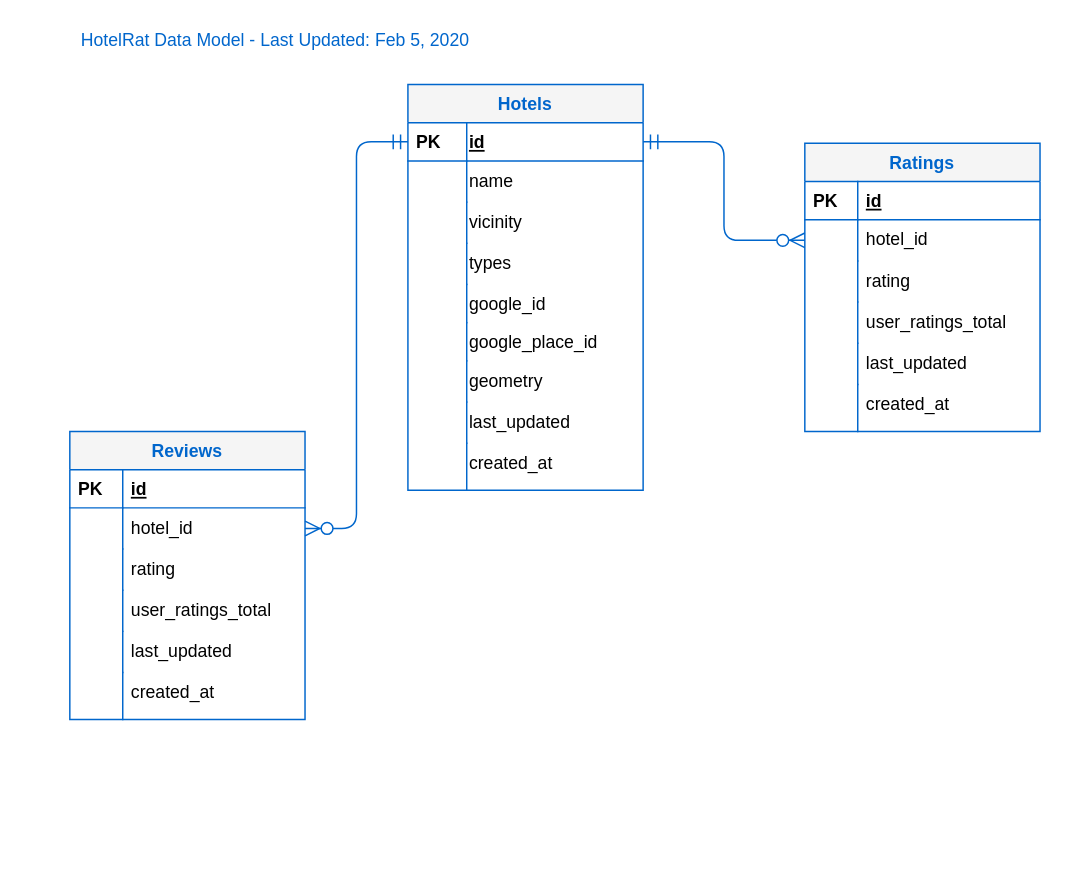
The draw.io diagram DataModel.drawio in stevenhelms/ee3503-project, before the edit. Source tidied: cells renumbered, new cells numbered last; positions are measured from the earlier drawing's top-left corner, leaving out a move shared by most shapes. Both pictures are drawn from the tidied source at 147%, with x=0, y=0 at pixel (25, 25).
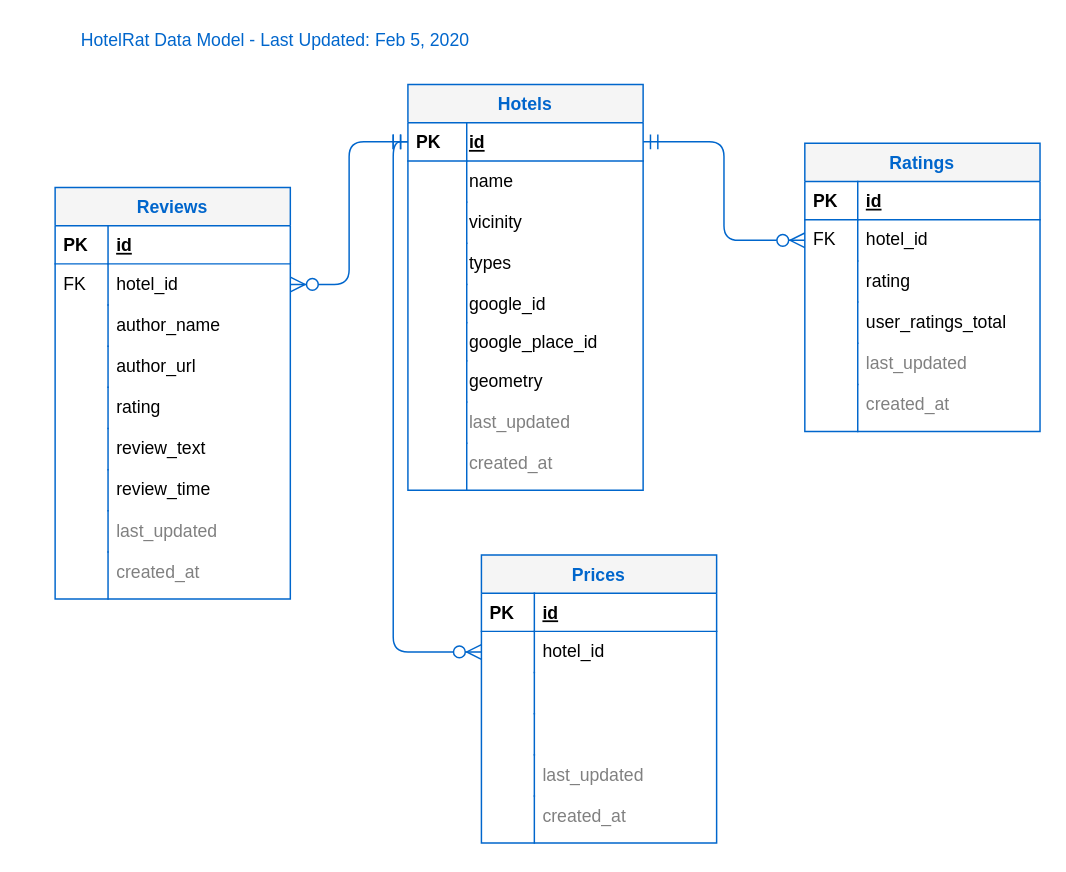
Above is the later version.

Commit message:
Updated data model with FKs

Unchanged cells that the change refers to:
```xml
<mxCell id="2" value="Hotels" style="swimlane;fontStyle=1;horizontal=1;startSize=26;rounded=0;shadow=0;strokeWidth=1;fillColor=#f5f5f5;strokeColor=#0066CC;fontColor=#0066CC;" parent="1" vertex="1">
  <mxGeometry x="260" y="40" width="160" height="276" as="geometry" />
</mxCell>
<mxCell id="3" value="id" style="shape=partialRectangle;top=0;left=0;right=0;bottom=1;align=left;verticalAlign=top;fillColor=none;spacingLeft=40;spacingRight=4;overflow=hidden;points=[[0,0.5],[1,0.5]];portConstraint=eastwest;rounded=0;shadow=0;strokeWidth=1;fontStyle=5;strokeColor=#0066CC;" parent="2" vertex="1">
  <mxGeometry y="26" width="160" height="26" as="geometry" />
</mxCell>
<mxCell id="23" value="Ratings" style="swimlane;fontStyle=1;horizontal=1;startSize=26;rounded=0;shadow=0;strokeWidth=1;fillColor=#f5f5f5;strokeColor=#0066CC;fontColor=#0066CC;" parent="1" vertex="1">
  <mxGeometry x="530" y="80" width="160" height="196" as="geometry" />
</mxCell>
<mxCell id="26" value="hotel_id" style="shape=partialRectangle;top=0;left=0;right=0;bottom=0;align=left;verticalAlign=top;fillColor=none;spacingLeft=40;spacingRight=4;overflow=hidden;points=[[0,0.5],[1,0.5]];portConstraint=eastwest;rounded=0;shadow=0;strokeWidth=1;strokeColor=#0066CC;spacing=2;spacingTop=0;spacingBottom=0;" parent="23" vertex="1">
  <mxGeometry y="52" width="160" height="28" as="geometry" />
</mxCell>
<mxCell id="40" value="hotel_id" style="shape=partialRectangle;top=0;left=0;right=0;bottom=0;align=left;verticalAlign=top;fillColor=none;spacingLeft=40;spacingRight=4;overflow=hidden;points=[[0,0.5],[1,0.5]];portConstraint=eastwest;rounded=0;shadow=0;strokeWidth=1;strokeColor=#0066CC;spacing=2;spacingTop=0;spacingBottom=0;" parent="37" vertex="1">
  <mxGeometry y="52" width="160" height="28" as="geometry" />
</mxCell>
```

Diff of the diagram source:
```diff
@@
-    <mxCell id="17" value="last_updated" style="shape=partialRectangle;top=0;left=0;right=0;bottom=0;align=left;verticalAlign=top;fillColor=none;spacingLeft=40;spacingRight=4;overflow=hidden;rounded=0;shadow=0;strokeWidth=1;strokeColor=#0066CC;spacing=2;spacingTop=0;spacingBottom=0;" parent="2" vertex="1">
+    <mxCell id="17" value="last_updated" style="shape=partialRectangle;top=0;left=0;right=0;bottom=0;align=left;verticalAlign=top;fillColor=none;spacingLeft=40;spacingRight=4;overflow=hidden;rounded=0;shadow=0;strokeWidth=1;strokeColor=#0066CC;spacing=2;spacingTop=0;spacingBottom=0;fontColor=#808080;" parent="2" vertex="1">
       <mxGeometry y="216" width="160" height="28" as="geometry" />
     </mxCell>
@@
-    <mxCell id="19" value="created_at" style="shape=partialRectangle;top=0;left=0;right=0;bottom=0;align=left;verticalAlign=top;fillColor=none;spacingLeft=40;spacingRight=4;overflow=hidden;rounded=0;shadow=0;strokeWidth=1;strokeColor=#0066CC;spacing=2;spacingTop=0;spacingBottom=0;" parent="2" vertex="1">
+    <mxCell id="19" value="created_at" style="shape=partialRectangle;top=0;left=0;right=0;bottom=0;align=left;verticalAlign=top;fillColor=none;spacingLeft=40;spacingRight=4;overflow=hidden;rounded=0;shadow=0;strokeWidth=1;strokeColor=#0066CC;spacing=2;spacingTop=0;spacingBottom=0;fontColor=#808080;" parent="2" vertex="1">
       <mxGeometry y="244" width="160" height="32" as="geometry" />
     </mxCell>
@@
-    <mxCell id="27" style="shape=partialRectangle;top=0;left=0;bottom=0;fillColor=none;align=left;verticalAlign=top;spacingLeft=4;spacingRight=4;overflow=hidden;strokeColor=#0066CC;" parent="26" vertex="1">
+    <mxCell id="27" value="FK" style="shape=partialRectangle;top=0;left=0;bottom=0;fillColor=none;align=left;verticalAlign=top;spacingLeft=4;spacingRight=4;overflow=hidden;strokeColor=#0066CC;" parent="26" vertex="1">
       <mxGeometry width="36" height="28" as="geometry" />
     </mxCell>
@@
-    <mxCell id="32" value="last_updated" style="shape=partialRectangle;top=0;left=0;right=0;bottom=0;align=left;verticalAlign=top;fillColor=none;spacingLeft=40;spacingRight=4;overflow=hidden;rounded=0;shadow=0;strokeWidth=1;strokeColor=#0066CC;spacing=2;spacingTop=0;spacingBottom=0;" parent="23" vertex="1">
+    <mxCell id="32" value="last_updated" style="shape=partialRectangle;top=0;left=0;right=0;bottom=0;align=left;verticalAlign=top;fillColor=none;spacingLeft=40;spacingRight=4;overflow=hidden;rounded=0;shadow=0;strokeWidth=1;strokeColor=#0066CC;spacing=2;spacingTop=0;spacingBottom=0;fontColor=#808080;" parent="23" vertex="1">
       <mxGeometry y="136" width="160" height="28" as="geometry" />
     </mxCell>
@@
-    <mxCell id="34" value="created_at" style="shape=partialRectangle;top=0;left=0;right=0;bottom=0;align=left;verticalAlign=top;fillColor=none;spacingLeft=40;spacingRight=4;overflow=hidden;rounded=0;shadow=0;strokeWidth=1;strokeColor=#0066CC;spacing=2;spacingTop=0;spacingBottom=0;" parent="23" vertex="1">
+    <mxCell id="34" value="created_at" style="shape=partialRectangle;top=0;left=0;right=0;bottom=0;align=left;verticalAlign=top;fillColor=none;spacingLeft=40;spacingRight=4;overflow=hidden;rounded=0;shadow=0;strokeWidth=1;strokeColor=#0066CC;spacing=2;spacingTop=0;spacingBottom=0;fontColor=#808080;" parent="23" vertex="1">
       <mxGeometry y="164" width="160" height="32" as="geometry" />
     </mxCell>
@@
     <mxCell id="37" value="Reviews" style="swimlane;fontStyle=1;horizontal=1;startSize=26;rounded=0;shadow=0;strokeWidth=1;fillColor=#f5f5f5;strokeColor=#0066CC;fontColor=#0066CC;" parent="1" vertex="1">
-      <mxGeometry x="30" y="276" width="160" height="196" as="geometry" />
+      <mxGeometry x="20" y="110" width="160" height="280" as="geometry" />
     </mxCell>
@@
-    <mxCell id="41" style="shape=partialRectangle;top=0;left=0;bottom=0;fillColor=none;align=left;verticalAlign=top;spacingLeft=4;spacingRight=4;overflow=hidden;strokeColor=#0066CC;" parent="40" vertex="1">
+    <mxCell id="41" value="FK" style="shape=partialRectangle;top=0;left=0;bottom=0;fillColor=none;align=left;verticalAlign=top;spacingLeft=4;spacingRight=4;overflow=hidden;strokeColor=#0066CC;" parent="40" vertex="1">
       <mxGeometry width="36" height="28" as="geometry" />
     </mxCell>
-    <mxCell id="42" value="rating" style="shape=partialRectangle;top=0;left=0;right=0;bottom=0;align=left;verticalAlign=top;fillColor=none;spacingLeft=40;spacingRight=4;overflow=hidden;rounded=0;shadow=0;strokeWidth=1;strokeColor=#0066CC;spacing=2;spacingTop=0;spacingBottom=0;" parent="37" vertex="1">
+    <mxCell id="42" value="author_name" style="shape=partialRectangle;top=0;left=0;right=0;bottom=0;align=left;verticalAlign=top;fillColor=none;spacingLeft=40;spacingRight=4;overflow=hidden;rounded=0;shadow=0;strokeWidth=1;strokeColor=#0066CC;spacing=2;spacingTop=0;spacingBottom=0;" parent="37" vertex="1">
       <mxGeometry y="80" width="160" height="28" as="geometry" />
     </mxCell>
@@
-    <mxCell id="44" value="user_ratings_total" style="shape=partialRectangle;top=0;left=0;right=0;bottom=0;align=left;verticalAlign=top;fillColor=none;spacingLeft=40;spacingRight=4;overflow=hidden;rounded=0;shadow=0;strokeWidth=1;strokeColor=#0066CC;spacing=2;spacingTop=0;spacingBottom=0;" parent="37" vertex="1">
+    <mxCell id="44" value="author_url" style="shape=partialRectangle;top=0;left=0;right=0;bottom=0;align=left;verticalAlign=top;fillColor=none;spacingLeft=40;spacingRight=4;overflow=hidden;rounded=0;shadow=0;strokeWidth=1;strokeColor=#0066CC;spacing=2;spacingTop=0;spacingBottom=0;" parent="37" vertex="1">
       <mxGeometry y="108" width="160" height="28" as="geometry" />
     </mxCell>
@@
+    <mxCell id="50" value="rating" style="shape=partialRectangle;top=0;left=0;right=0;bottom=0;align=left;verticalAlign=top;fillColor=none;spacingLeft=40;spacingRight=4;overflow=hidden;rounded=0;shadow=0;strokeWidth=1;strokeColor=#0066CC;spacing=2;spacingTop=0;spacingBottom=0;" parent="37" vertex="1">
+      <mxGeometry y="136" width="160" height="28" as="geometry" />
+    </mxCell>
+    <mxCell id="51" style="shape=partialRectangle;top=0;left=0;bottom=0;fillColor=none;align=left;verticalAlign=top;spacingLeft=4;spacingRight=4;overflow=hidden;strokeColor=#0066CC;" parent="50" vertex="1">
+      <mxGeometry width="36" height="28" as="geometry" />
+    </mxCell>
+    <mxCell id="52" value="review_text" style="shape=partialRectangle;top=0;left=0;right=0;bottom=0;align=left;verticalAlign=top;fillColor=none;spacingLeft=40;spacingRight=4;overflow=hidden;rounded=0;shadow=0;strokeWidth=1;strokeColor=#0066CC;spacing=2;spacingTop=0;spacingBottom=0;" parent="37" vertex="1">
+      <mxGeometry y="164" width="160" height="28" as="geometry" />
+    </mxCell>
+    <mxCell id="53" style="shape=partialRectangle;top=0;left=0;bottom=0;fillColor=none;align=left;verticalAlign=top;spacingLeft=4;spacingRight=4;overflow=hidden;strokeColor=#0066CC;" parent="52" vertex="1">
+      <mxGeometry width="36" height="28" as="geometry" />
+    </mxCell>
+    <mxCell id="54" value="review_time" style="shape=partialRectangle;top=0;left=0;right=0;bottom=0;align=left;verticalAlign=top;fillColor=none;spacingLeft=40;spacingRight=4;overflow=hidden;rounded=0;shadow=0;strokeWidth=1;strokeColor=#0066CC;spacing=2;spacingTop=0;spacingBottom=0;" parent="37" vertex="1">
+      <mxGeometry y="192" width="160" height="28" as="geometry" />
+    </mxCell>
+    <mxCell id="55" style="shape=partialRectangle;top=0;left=0;bottom=0;fillColor=none;align=left;verticalAlign=top;spacingLeft=4;spacingRight=4;overflow=hidden;strokeColor=#0066CC;" parent="54" vertex="1">
+      <mxGeometry width="36" height="28" as="geometry" />
+    </mxCell>
-    <mxCell id="46" value="last_updated" style="shape=partialRectangle;top=0;left=0;right=0;bottom=0;align=left;verticalAlign=top;fillColor=none;spacingLeft=40;spacingRight=4;overflow=hidden;rounded=0;shadow=0;strokeWidth=1;strokeColor=#0066CC;spacing=2;spacingTop=0;spacingBottom=0;" parent="37" vertex="1">
-      <mxGeometry y="136" width="160" height="28" as="geometry" />
+    <mxCell id="46" value="last_updated" style="shape=partialRectangle;top=0;left=0;right=0;bottom=0;align=left;verticalAlign=top;fillColor=none;spacingLeft=40;spacingRight=4;overflow=hidden;rounded=0;shadow=0;strokeWidth=1;strokeColor=#0066CC;spacing=2;spacingTop=0;spacingBottom=0;fontColor=#808080;" parent="37" vertex="1">
+      <mxGeometry y="220" width="160" height="28" as="geometry" />
     </mxCell>
@@
-    <mxCell id="48" value="created_at" style="shape=partialRectangle;top=0;left=0;right=0;bottom=0;align=left;verticalAlign=top;fillColor=none;spacingLeft=40;spacingRight=4;overflow=hidden;rounded=0;shadow=0;strokeWidth=1;strokeColor=#0066CC;spacing=2;spacingTop=0;spacingBottom=0;" parent="37" vertex="1">
-      <mxGeometry y="164" width="160" height="32" as="geometry" />
+    <mxCell id="48" value="created_at" style="shape=partialRectangle;top=0;left=0;right=0;bottom=0;align=left;verticalAlign=top;fillColor=none;spacingLeft=40;spacingRight=4;overflow=hidden;rounded=0;shadow=0;strokeWidth=1;strokeColor=#0066CC;spacing=2;spacingTop=0;spacingBottom=0;fontColor=#808080;" parent="37" vertex="1">
+      <mxGeometry y="248" width="160" height="32" as="geometry" />
     </mxCell>
@@
+    <mxCell id="56" value="Prices" style="swimlane;fontStyle=1;horizontal=1;startSize=26;rounded=0;shadow=0;strokeWidth=1;fillColor=#f5f5f5;strokeColor=#0066CC;fontColor=#0066CC;" parent="1" vertex="1">
+      <mxGeometry x="310" y="360" width="160" height="196" as="geometry" />
+    </mxCell>
+    <mxCell id="57" value="id" style="shape=partialRectangle;top=0;left=0;right=0;bottom=1;align=left;verticalAlign=top;fillColor=none;spacingLeft=40;spacingRight=4;overflow=hidden;rounded=0;shadow=0;strokeWidth=1;fontStyle=5;strokeColor=#0066CC;" parent="56" vertex="1">
+      <mxGeometry y="26" width="160" height="26" as="geometry" />
+    </mxCell>
+    <mxCell id="58" value="PK" style="shape=partialRectangle;top=0;left=0;bottom=0;fillColor=none;align=left;verticalAlign=top;spacingLeft=4;spacingRight=4;overflow=hidden;strokeColor=#0066CC;fontStyle=1;" parent="57" vertex="1">
+      <mxGeometry width="36" height="26" as="geometry" />
+    </mxCell>
+    <mxCell id="59" value="hotel_id" style="shape=partialRectangle;top=0;left=0;right=0;bottom=0;align=left;verticalAlign=top;fillColor=none;spacingLeft=40;spacingRight=4;overflow=hidden;points=[[0,0.5],[1,0.5]];portConstraint=eastwest;rounded=0;shadow=0;strokeWidth=1;strokeColor=#0066CC;spacing=2;spacingTop=0;spacingBottom=0;" parent="56" vertex="1">
+      <mxGeometry y="52" width="160" height="28" as="geometry" />
+    </mxCell>
+    <mxCell id="60" style="shape=partialRectangle;top=0;left=0;bottom=0;fillColor=none;align=left;verticalAlign=top;spacingLeft=4;spacingRight=4;overflow=hidden;strokeColor=#0066CC;" parent="59" vertex="1">
+      <mxGeometry width="36" height="28" as="geometry" />
+    </mxCell>
+    <mxCell id="61" style="shape=partialRectangle;top=0;left=0;right=0;bottom=0;align=left;verticalAlign=top;fillColor=none;spacingLeft=40;spacingRight=4;overflow=hidden;rounded=0;shadow=0;strokeWidth=1;strokeColor=#0066CC;spacing=2;spacingTop=0;spacingBottom=0;" parent="56" vertex="1">
+      <mxGeometry y="80" width="160" height="28" as="geometry" />
+    </mxCell>
+    <mxCell id="62" style="shape=partialRectangle;top=0;left=0;bottom=0;fillColor=none;align=left;verticalAlign=top;spacingLeft=4;spacingRight=4;overflow=hidden;strokeColor=#0066CC;" parent="61" vertex="1">
+      <mxGeometry width="36" height="28" as="geometry" />
+    </mxCell>
+    <mxCell id="63" style="shape=partialRectangle;top=0;left=0;right=0;bottom=0;align=left;verticalAlign=top;fillColor=none;spacingLeft=40;spacingRight=4;overflow=hidden;rounded=0;shadow=0;strokeWidth=1;strokeColor=#0066CC;spacing=2;spacingTop=0;spacingBottom=0;" parent="56" vertex="1">
+      <mxGeometry y="108" width="160" height="28" as="geometry" />
+    </mxCell>
+    <mxCell id="64" style="shape=partialRectangle;top=0;left=0;bottom=0;fillColor=none;align=left;verticalAlign=top;spacingLeft=4;spacingRight=4;overflow=hidden;strokeColor=#0066CC;" parent="63" vertex="1">
+      <mxGeometry width="36" height="28" as="geometry" />
+    </mxCell>
+    <mxCell id="65" value="last_updated" style="shape=partialRectangle;top=0;left=0;right=0;bottom=0;align=left;verticalAlign=top;fillColor=none;spacingLeft=40;spacingRight=4;overflow=hidden;rounded=0;shadow=0;strokeWidth=1;strokeColor=#0066CC;spacing=2;spacingTop=0;spacingBottom=0;fontColor=#808080;" parent="56" vertex="1">
+      <mxGeometry y="136" width="160" height="28" as="geometry" />
+    </mxCell>
+    <mxCell id="66" style="shape=partialRectangle;top=0;left=0;bottom=0;fillColor=none;align=left;verticalAlign=top;spacingLeft=4;spacingRight=4;overflow=hidden;strokeColor=#0066CC;" parent="65" vertex="1">
+      <mxGeometry width="36" height="28" as="geometry" />
+    </mxCell>
+    <mxCell id="67" value="created_at" style="shape=partialRectangle;top=0;left=0;right=0;bottom=0;align=left;verticalAlign=top;fillColor=none;spacingLeft=40;spacingRight=4;overflow=hidden;rounded=0;shadow=0;strokeWidth=1;strokeColor=#0066CC;spacing=2;spacingTop=0;spacingBottom=0;fontColor=#808080;" parent="56" vertex="1">
+      <mxGeometry y="164" width="160" height="32" as="geometry" />
+    </mxCell>
+    <mxCell id="68" style="shape=partialRectangle;top=0;left=0;bottom=0;fillColor=none;align=left;verticalAlign=top;spacingLeft=4;spacingRight=4;overflow=hidden;strokeColor=#0066CC;" parent="67" vertex="1">
+      <mxGeometry width="36" height="32" as="geometry" />
+    </mxCell>
+    <mxCell id="69" style="edgeStyle=orthogonalEdgeStyle;endArrow=ERzeroToMany;startArrow=ERmandOne;shadow=0;strokeWidth=1;endSize=8;startSize=8;exitX=0;exitY=0.5;exitDx=0;exitDy=0;entryX=0;entryY=0.5;entryDx=0;entryDy=0;strokeColor=#0066CC;" parent="1" edge="1" source="3" target="59">
+      <mxGeometry relative="1" as="geometry" />
+    </mxCell>
```
